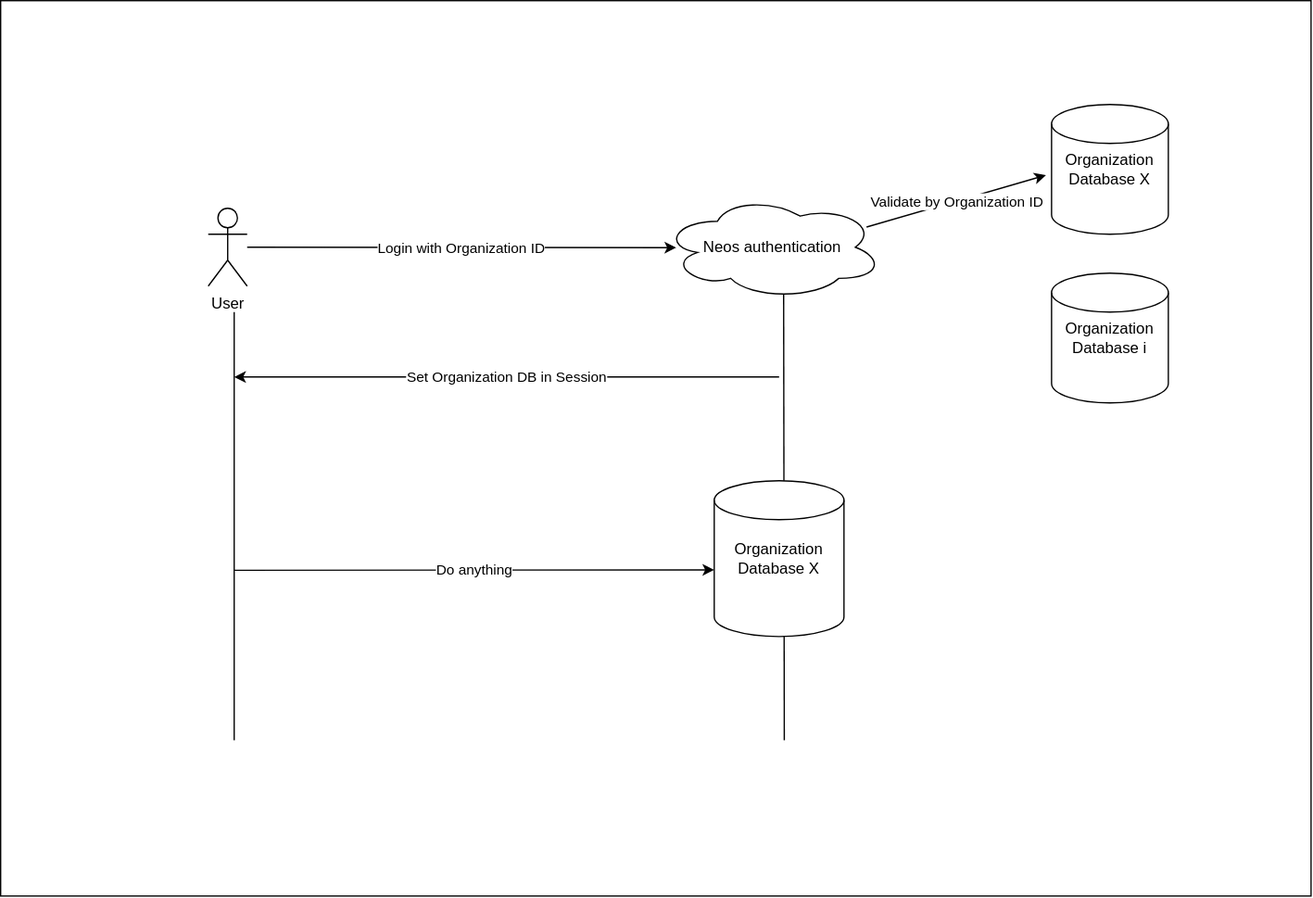
The draw.io diagram UML/flow.svg in vinhcd/simple-crm, before a commit. Source tidied: cells renumbered, new cells last; positions are measured from the earlier drawing's top-left corner, leaving out a move shared by most shapes.
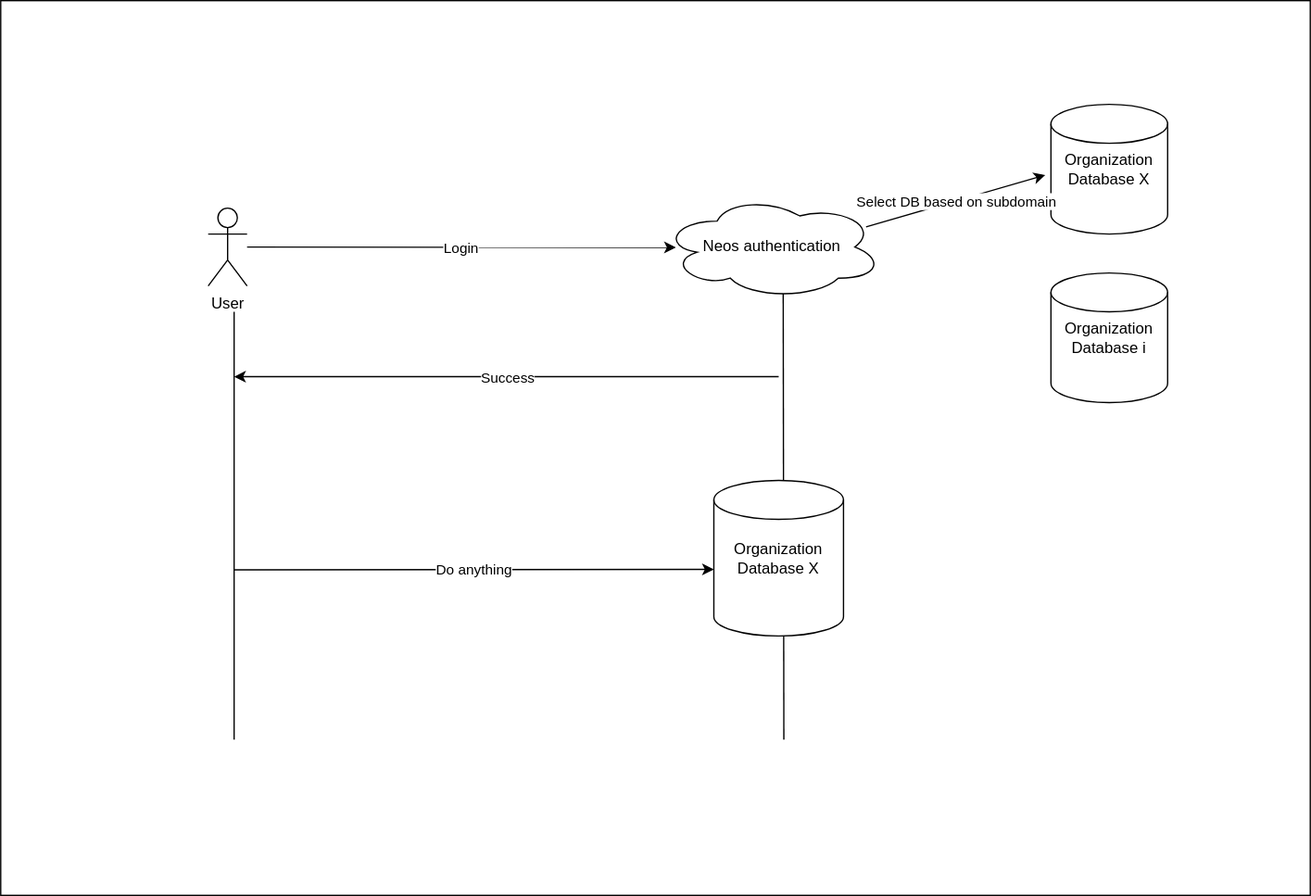
After the change.

The edit, as a diff of the source:
```diff
@@ -16,7 +16,7 @@
     <mxCell id="5" value="Login" style="endArrow=classic;html=1;entryX=0.063;entryY=0.504;entryDx=0;entryDy=0;entryPerimeter=0;" parent="1" edge="1" source="3" target="13">
       <mxGeometry relative="1" as="geometry" />
     </mxCell>
-    <mxCell id="6" value="Login with Organization ID" style="edgeLabel;html=1;align=center;verticalAlign=middle;" parent="5" vertex="1">
+    <mxCell id="6" value="Login" style="edgeLabel;html=1;align=center;verticalAlign=middle;" parent="5" vertex="1">
       <mxGeometry relative="1" as="geometry" />
     </mxCell>
     <mxCell id="7" style="endArrow=classic;html=1;" parent="1" edge="1">
@@ -25,7 +25,7 @@
         <mxPoint x="180" y="290" as="targetPoint" />
       </mxGeometry>
     </mxCell>
-    <mxCell id="8" value="Set Organization DB in Session" style="edgeLabel;html=1;align=center;verticalAlign=middle;" parent="7" vertex="1">
+    <mxCell id="8" value="Success" style="edgeLabel;html=1;align=center;verticalAlign=middle;" parent="7" vertex="1">
       <mxGeometry relative="1" as="geometry" />
     </mxCell>
     <mxCell id="9" style="endArrow=none;html=1;" parent="1" edge="1">
@@ -57,7 +57,7 @@
     <mxCell id="16" value="Login" style="endArrow=classic;html=1;entryX=-0.048;entryY=0.545;entryDx=0;entryDy=0;entryPerimeter=0;exitX=0.926;exitY=0.306;exitDx=0;exitDy=0;exitPerimeter=0;" parent="1" edge="1" source="13" target="14">
       <mxGeometry relative="1" as="geometry" />
     </mxCell>
-    <mxCell id="17" value="Validate by Organization ID" style="edgeLabel;html=1;align=center;verticalAlign=middle;" parent="16" vertex="1">
+    <mxCell id="17" value="Select DB based on subdomain" style="edgeLabel;html=1;align=center;verticalAlign=middle;" parent="16" vertex="1">
       <mxGeometry relative="1" as="geometry" />
     </mxCell>
   </root>
```
